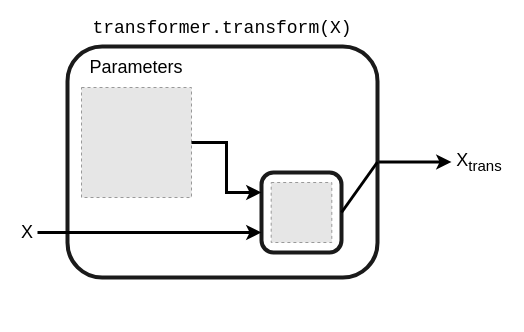
Earlier version of the draw.io diagram page "transformer.transform" (6 of 9) of figures/api_diagram.drawio (INRIA/scikit-learn-mooc). Source tidied: cells renumbered, new cells numbered last; positions are measured from the earlier drawing's top-left corner, leaving out a move shared by most shapes. Both pictures are drawn from the tidied source at 100%, with x=0, y=0 at pixel (17, 18). Pictures stored in the file or linked from it are replaced by grey dashed boxes.
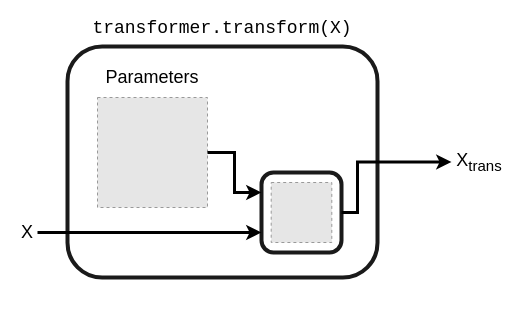
The same diagram, later.

Diff of the diagram source:
```diff
@@
 <mxGraphModel>
   <root>
     <mxCell id="0" />
     <mxCell id="1" parent="0" />
-    <mxCell id="2" style="edgeStyle=none;rounded=0;jettySize=auto;html=1;exitX=1;exitY=0.5;exitDx=0;exitDy=0;strokeWidth=3;fontFamily=Courier New;entryX=0;entryY=0.5;entryDx=0;entryDy=0;" parent="1" edge="1" source="3" target="17">
-      <mxGeometry relative="1" as="geometry" />
-    </mxCell>
     <mxCell id="3" style="rounded=1;whiteSpace=wrap;html=1;strokeColor=#1A1A1A;strokeWidth=4;" parent="1" vertex="1">
       <mxGeometry x="50" y="28" width="310" height="231" as="geometry" />
     </mxCell>
     <mxCell id="4" style="group;" parent="1" vertex="1">
       <mxGeometry x="80" y="142" width="260" height="155" as="geometry" />
     </mxCell>
     <mxCell id="5" style="group;" parent="4" vertex="1">
       <mxGeometry x="80" y="75" width="180" height="80" as="geometry" />
     </mxCell>
     <mxCell id="6" style="group;" parent="5" vertex="1">
       <mxGeometry x="84" y="-80" width="80" height="86" as="geometry" />
     </mxCell>
     <mxCell id="7" style="rounded=1;whiteSpace=wrap;html=1;strokeColor=#1A1A1A;strokeWidth=4;" parent="6" vertex="1">
       <mxGeometry y="17" width="80" height="80" as="geometry" />
     </mxCell>
     <mxCell id="8" style="fillColor=#E6E6E6;strokeColor=#999999;dashed=1;verticalLabelPosition=bottom;labelBackgroundColor=#ffffff;verticalAlign=top;" parent="6" vertex="1">
       <mxGeometry x="9.7" y="27" width="60.6" height="60" as="geometry" />
     </mxCell>
     <mxCell id="9" style="group;" parent="1" vertex="1">
-      <mxGeometry x="64" y="39" width="110" height="140" as="geometry" />
+      <mxGeometry x="80" y="49" width="110" height="140" as="geometry" />
     </mxCell>
     <mxCell id="10" style="fillColor=#E6E6E6;strokeColor=#999999;dashed=1;verticalLabelPosition=bottom;labelBackgroundColor=#ffffff;verticalAlign=top;" parent="9" vertex="1">
       <mxGeometry y="30" width="110" height="110" as="geometry" />
     </mxCell>
     <mxCell id="11" value="&lt;font style=&quot;font-size: 18px&quot; face=&quot;Ubuntu&quot;&gt;Parameters&lt;/font&gt;" style="text;html=1;strokeColor=none;fillColor=none;align=center;verticalAlign=middle;whiteSpace=wrap;rounded=0;" parent="9" vertex="1">
       <mxGeometry x="20" width="70" height="20" as="geometry" />
     </mxCell>
     <mxCell id="12" value="&lt;font style=&quot;font-size: 18px&quot;&gt;transformer.transform(X)&lt;/font&gt;" style="text;html=1;strokeColor=none;fillColor=none;align=center;verticalAlign=middle;whiteSpace=wrap;rounded=0;fontFamily=Courier New;" parent="1" vertex="1">
       <mxGeometry x="50" width="310" height="20" as="geometry" />
     </mxCell>
     <mxCell id="13" style="edgeStyle=none;rounded=0;jettySize=auto;html=1;exitX=1;exitY=0.5;exitDx=0;exitDy=0;entryX=0;entryY=0.75;entryDx=0;entryDy=0;strokeWidth=3;fontFamily=Courier New;" parent="1" edge="1" source="14" target="7">
       <mxGeometry relative="1" as="geometry" />
     </mxCell>
     <mxCell id="14" value="&lt;font style=&quot;font-size: 18px&quot; face=&quot;Ubuntu&quot;&gt;X&lt;/font&gt;" style="text;html=1;strokeColor=none;fillColor=none;align=center;verticalAlign=middle;whiteSpace=wrap;rounded=0;fontFamily=Courier New;" parent="1" vertex="1">
       <mxGeometry y="204" width="20" height="20" as="geometry" />
     </mxCell>
     <mxCell id="15" style="edgeStyle=elbowEdgeStyle;rounded=0;jettySize=auto;html=1;exitX=1;exitY=0.5;exitDx=0;exitDy=0;entryX=0;entryY=0.25;entryDx=0;entryDy=0;strokeWidth=3;fontFamily=Courier New;" parent="1" edge="1" source="10" target="7">
       <mxGeometry relative="1" as="geometry" />
     </mxCell>
-    <mxCell id="16" style="edgeStyle=none;rounded=0;jettySize=auto;html=1;exitX=1;exitY=0.5;exitDx=0;exitDy=0;entryX=1;entryY=0.5;entryDx=0;entryDy=0;strokeWidth=3;fontFamily=Courier New;endArrow=none;endFill=0;" parent="1" edge="1" source="7" target="3">
-      <mxGeometry relative="1" as="geometry" />
-    </mxCell>
     <mxCell id="17" value="&lt;font style=&quot;font-size: 18px&quot; face=&quot;Ubuntu&quot;&gt;X&lt;sub&gt;trans&lt;/sub&gt;&lt;/font&gt;" style="text;html=1;strokeColor=none;fillColor=none;align=center;verticalAlign=middle;whiteSpace=wrap;rounded=0;fontFamily=Courier New;" parent="1" vertex="1">
       <mxGeometry x="434" y="133.5" width="56" height="20" as="geometry" />
     </mxCell>
+    <mxCell id="18" style="edgeStyle=elbowEdgeStyle;rounded=0;jettySize=auto;html=1;exitX=1;exitY=0.5;exitDx=0;exitDy=0;entryX=0;entryY=0.5;entryDx=0;entryDy=0;strokeWidth=3;fontFamily=Courier New;" parent="1" edge="1" source="7" target="17">
+      <mxGeometry relative="1" as="geometry">
+        <Array as="points">
+          <mxPoint x="340" y="169" />
+        </Array>
+      </mxGeometry>
+    </mxCell>
   </root>
 </mxGraphModel>
```
